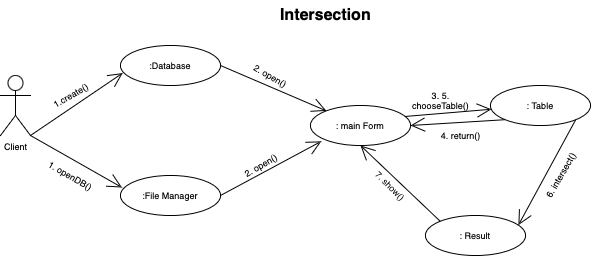
Before: RelationsDiagram.drawio.png, a diagram exported from draw.io (zayatsliza/IT). Source tidied: cells renumbered, new cells last; positions are measured from the earlier drawing's top-left corner, leaving out a move shared by most shapes.
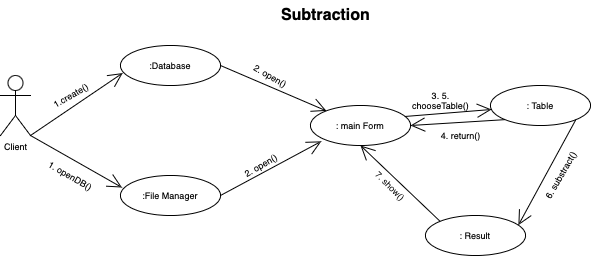
The same file after the commit.

The edit, as a diff of the source:
```diff
@@ -59,8 +59,8 @@
     <mxCell id="20" style="endArrow=open;endSize=12;html=1;rounded=0;strokeWidth=1;fontFamily=Helvetica;fontSize=9;fontColor=rgb(0, 0, 0);jumpSize=12;exitX=1;exitY=1;exitDx=0;exitDy=0;entryX=0.929;entryY=0.241;entryDx=0;entryDy=0;entryPerimeter=0;" parent="1" edge="1" source="16" target="19">
       <mxGeometry relative="1" as="geometry" />
     </mxCell>
-    <mxCell id="21" value="6. intersect()" style="text;html=1;align=center;verticalAlign=middle;strokeColor=none;fillColor=none;fontSize=9;fontFamily=Helvetica;fontColor=rgb(0, 0, 0);rotation=-60;" parent="1" vertex="1">
-      <mxGeometry x="525" y="165" width="70" height="20" as="geometry" />
+    <mxCell id="21" value="6. substract()" style="text;html=1;align=center;verticalAlign=middle;strokeColor=none;fillColor=none;fontSize=9;fontFamily=Helvetica;fontColor=rgb(0, 0, 0);rotation=-60;" parent="1" vertex="1">
+      <mxGeometry x="520" y="165" width="80" height="20" as="geometry" />
     </mxCell>
     <mxCell id="22" style="endArrow=open;endSize=12;html=1;rounded=0;strokeWidth=1;fontFamily=Helvetica;fontSize=9;fontColor=rgb(0, 0, 0);jumpSize=12;exitX=0;exitY=0;exitDx=0;exitDy=0;entryX=0.5;entryY=1;entryDx=0;entryDy=0;" parent="1" edge="1" source="19" target="13">
       <mxGeometry relative="1" as="geometry" />
@@ -68,7 +68,7 @@
     <mxCell id="23" value="7. show()" style="text;html=1;align=center;verticalAlign=middle;strokeColor=none;fillColor=none;fontSize=9;fontFamily=Helvetica;fontColor=rgb(0, 0, 0);rotation=45;" parent="1" vertex="1">
       <mxGeometry x="360" y="175" width="60" height="20" as="geometry" />
     </mxCell>
-    <mxCell id="24" value="&lt;font style=&quot;font-size: 16px;&quot;&gt;&lt;b&gt;Intersection&lt;/b&gt;&lt;/font&gt;" style="text;html=1;align=center;verticalAlign=middle;strokeColor=none;fillColor=none;fontSize=9;fontFamily=Helvetica;fontColor=rgb(0, 0, 0);" parent="1" vertex="1">
+    <mxCell id="24" value="&lt;font size=&quot;3&quot;&gt;&lt;b&gt;Subtraction&lt;/b&gt;&lt;/font&gt;" style="text;html=1;align=center;verticalAlign=middle;strokeColor=none;fillColor=none;fontSize=9;fontFamily=Helvetica;fontColor=rgb(0, 0, 0);" parent="1" vertex="1">
       <mxGeometry x="270" width="110" height="30" as="geometry" />
     </mxCell>
   </root>
```
